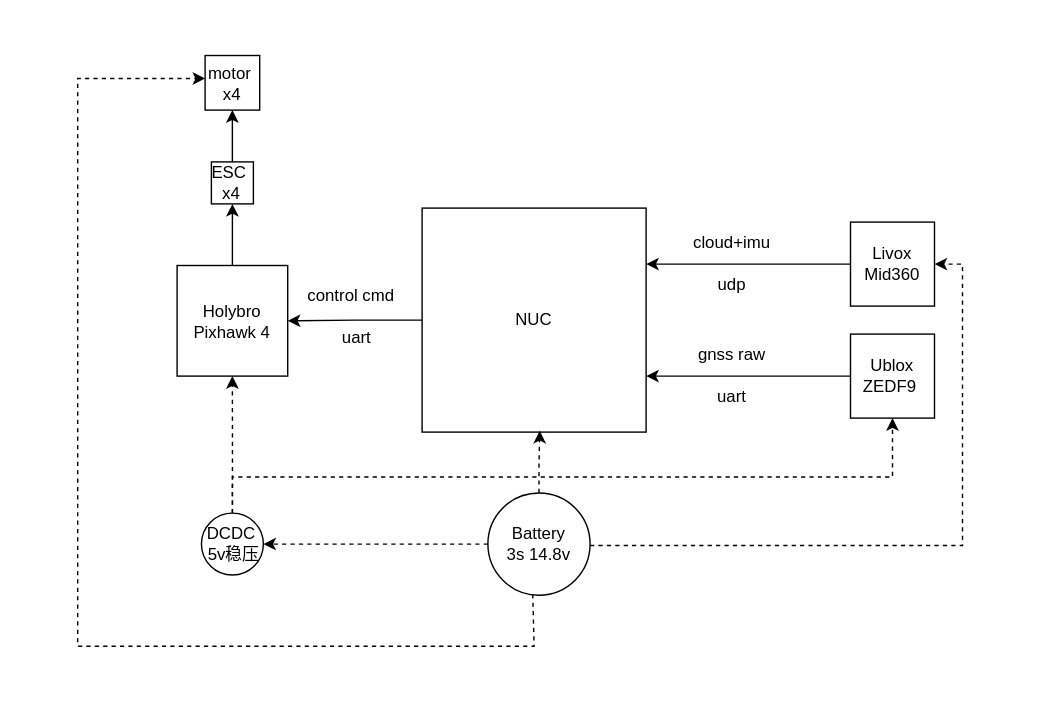
Before: file/pic/framework_hardware.drawio.svg, a diagram exported from draw.io (weixiaopassking/GLINS). Source tidied: cells renumbered, new cells last; positions are measured from the earlier drawing's top-left corner, leaving out a move shared by most shapes.
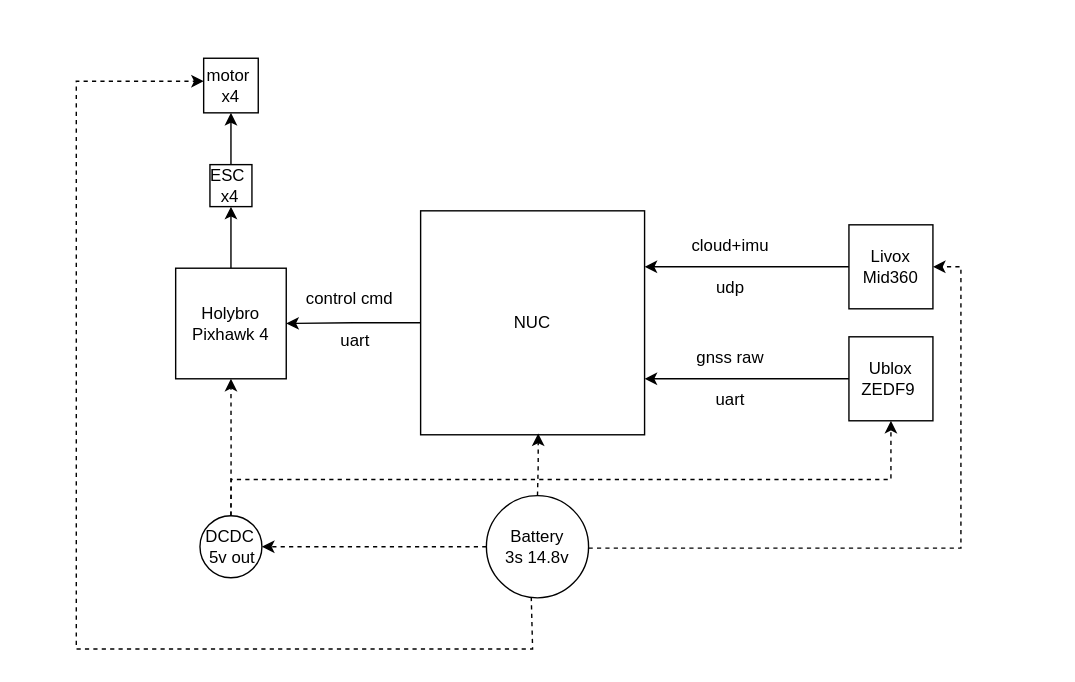
The same diagram one commit later.

Change to the diagram source:
```diff
@@ -98,11 +98,11 @@
         </Array>
       </mxGeometry>
     </mxCell>
-    <mxCell id="26" value="DCDC&lt;br&gt;&amp;nbsp;5v稳压" style="ellipse;whiteSpace=wrap;html=1;" parent="1" vertex="1">
+    <mxCell id="26" value="DCDC&lt;br&gt;&amp;nbsp;5v out" style="ellipse;whiteSpace=wrap;html=1;" parent="1" vertex="1">
       <mxGeometry x="143.4" y="365.9" width="44.2" height="44.2" as="geometry" />
     </mxCell>
-    <mxCell id="27" style="rounded=0;whiteSpace=wrap;html=1;opacity=0;" parent="1" vertex="1">
-      <mxGeometry width="744" height="513" as="geometry" />
-    </mxCell>
+    <mxCell id="28" style="rounded=0;whiteSpace=wrap;html=1;opacity=0;" parent="1" vertex="1">
+      <mxGeometry x="1" y="-2" width="767" height="486" as="geometry" />
+    </mxCell>
   </root>
 </mxGraphModel>
```
